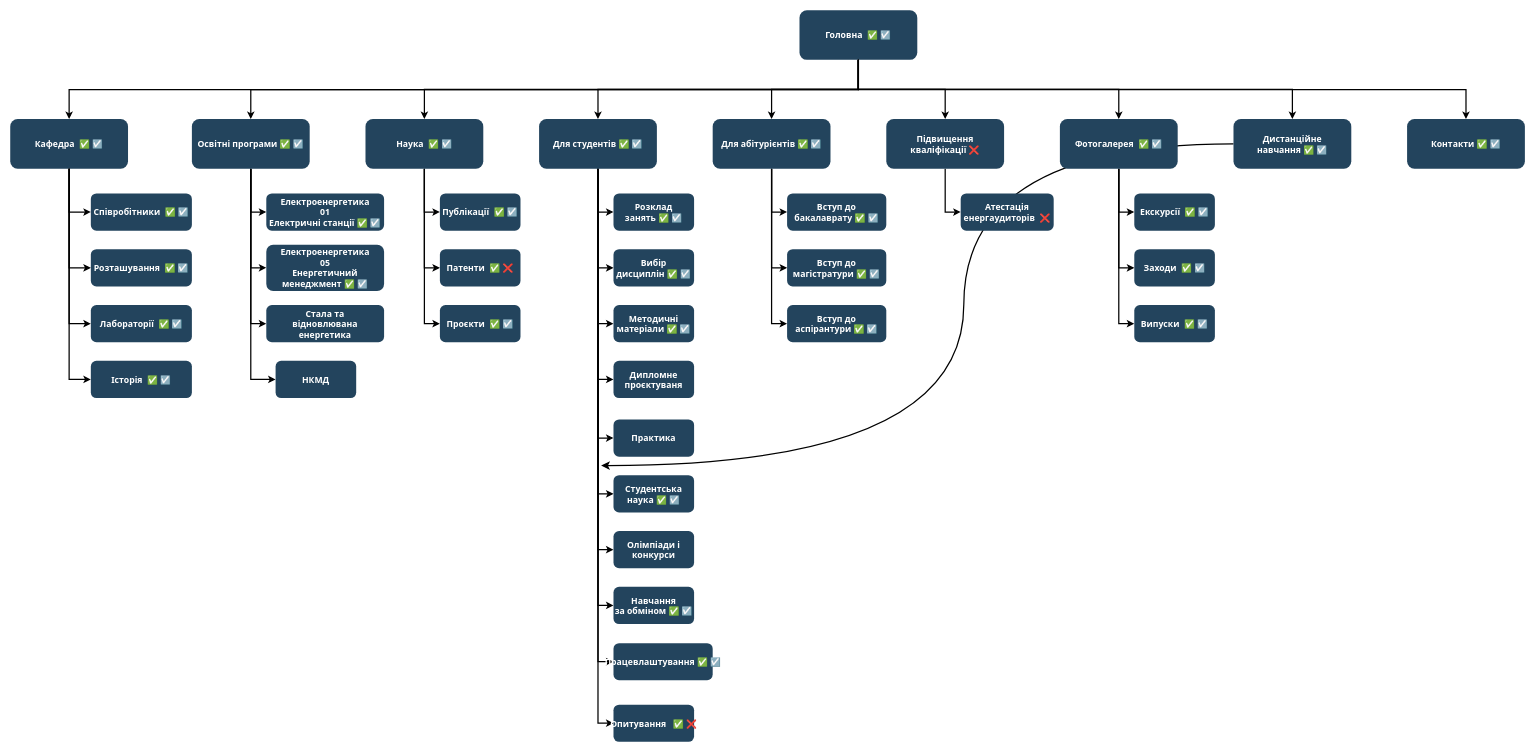
The draw.io diagram es-sitemap.drawio in bulhakovolexii/es-sitemap, before the edit. Source tidied: cells renumbered, new cells numbered last; positions are measured from the earlier drawing's top-left corner, leaving out a move shared by most shapes. Both pictures are drawn from the tidied source at 62%, with x=0, y=0 at pixel (10, 10).
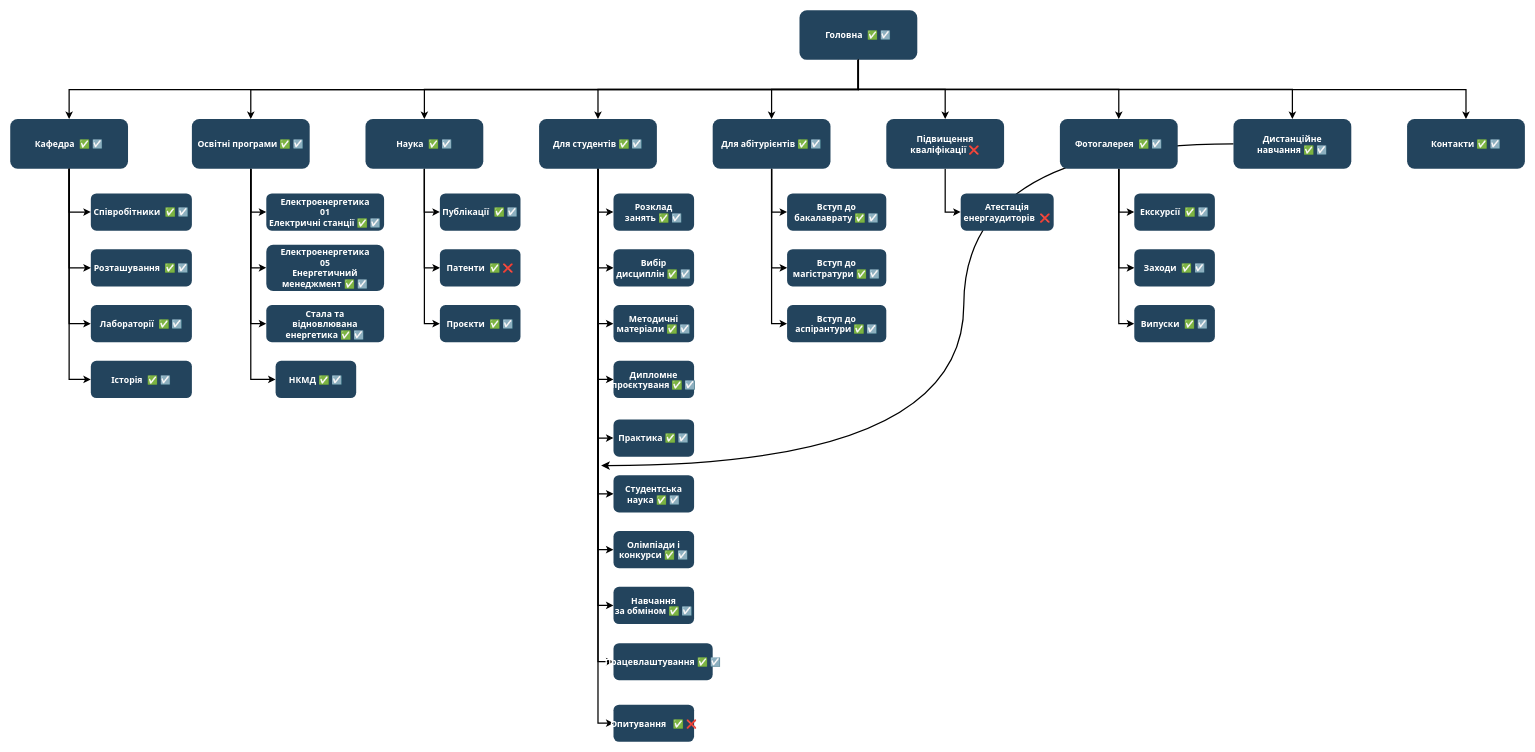
The same page after the edit.

What changed in the source:
```diff
@@
-    <mxCell id="56" value="Стала та&#10;відновлювана&#10;енергетика" style="rounded=1;fillColor=#23445D;gradientColor=none;strokeColor=none;fontColor=#FFFFFF;fontStyle=1;fontFamily=Tahoma;fontSize=14;" parent="1" vertex="1">
+    <mxCell id="56" value="Стала та&#10;відновлювана&#10;енергетика ✅ ☑️" style="rounded=1;fillColor=#23445D;gradientColor=none;strokeColor=none;fontColor=#FFFFFF;fontStyle=1;fontFamily=Tahoma;fontSize=14;" parent="1" vertex="1">
       <mxGeometry x="413" y="475.5" width="190" height="60" as="geometry" />
     </mxCell>
-    <mxCell id="57" value="НКМД" style="rounded=1;fillColor=#23445D;gradientColor=none;strokeColor=none;fontColor=#FFFFFF;fontStyle=1;fontFamily=Tahoma;fontSize=14;" parent="1" vertex="1">
+    <mxCell id="57" value="НКМД ✅ ☑️" style="rounded=1;fillColor=#23445D;gradientColor=none;strokeColor=none;fontColor=#FFFFFF;fontStyle=1;fontFamily=Tahoma;fontSize=14;" parent="1" vertex="1">
       <mxGeometry x="428" y="565.5" width="130" height="60" as="geometry" />
     </mxCell>
@@
-    <mxCell id="64" value="Дипломне&#10;проєктуваня" style="rounded=1;fillColor=#23445D;gradientColor=none;strokeColor=none;fontColor=#FFFFFF;fontStyle=1;fontFamily=Tahoma;fontSize=14;" parent="1" vertex="1">
+    <mxCell id="64" value="Дипломне&#10;проєктуваня ✅ ☑️" style="rounded=1;fillColor=#23445D;gradientColor=none;strokeColor=none;fontColor=#FFFFFF;fontStyle=1;fontFamily=Tahoma;fontSize=14;" parent="1" vertex="1">
       <mxGeometry x="973" y="565.5" width="130" height="60" as="geometry" />
     </mxCell>
-    <mxCell id="65" value="Практика" style="rounded=1;fillColor=#23445D;gradientColor=none;strokeColor=none;fontColor=#FFFFFF;fontStyle=1;fontFamily=Tahoma;fontSize=14;" parent="1" vertex="1">
+    <mxCell id="65" value="Практика ✅ ☑️" style="rounded=1;fillColor=#23445D;gradientColor=none;strokeColor=none;fontColor=#FFFFFF;fontStyle=1;fontFamily=Tahoma;fontSize=14;" parent="1" vertex="1">
       <mxGeometry x="973" y="660" width="130" height="60" as="geometry" />
     </mxCell>
@@
-    <mxCell id="67" value="Олімпіади і&#10;конкурси" style="rounded=1;fillColor=#23445D;gradientColor=none;strokeColor=none;fontColor=#FFFFFF;fontStyle=1;fontFamily=Tahoma;fontSize=14;" parent="1" vertex="1">
+    <mxCell id="67" value="Олімпіади і&#10;конкурси ✅ ☑️" style="rounded=1;fillColor=#23445D;gradientColor=none;strokeColor=none;fontColor=#FFFFFF;fontStyle=1;fontFamily=Tahoma;fontSize=14;" parent="1" vertex="1">
       <mxGeometry x="973" y="840" width="130" height="60" as="geometry" />
     </mxCell>
```
